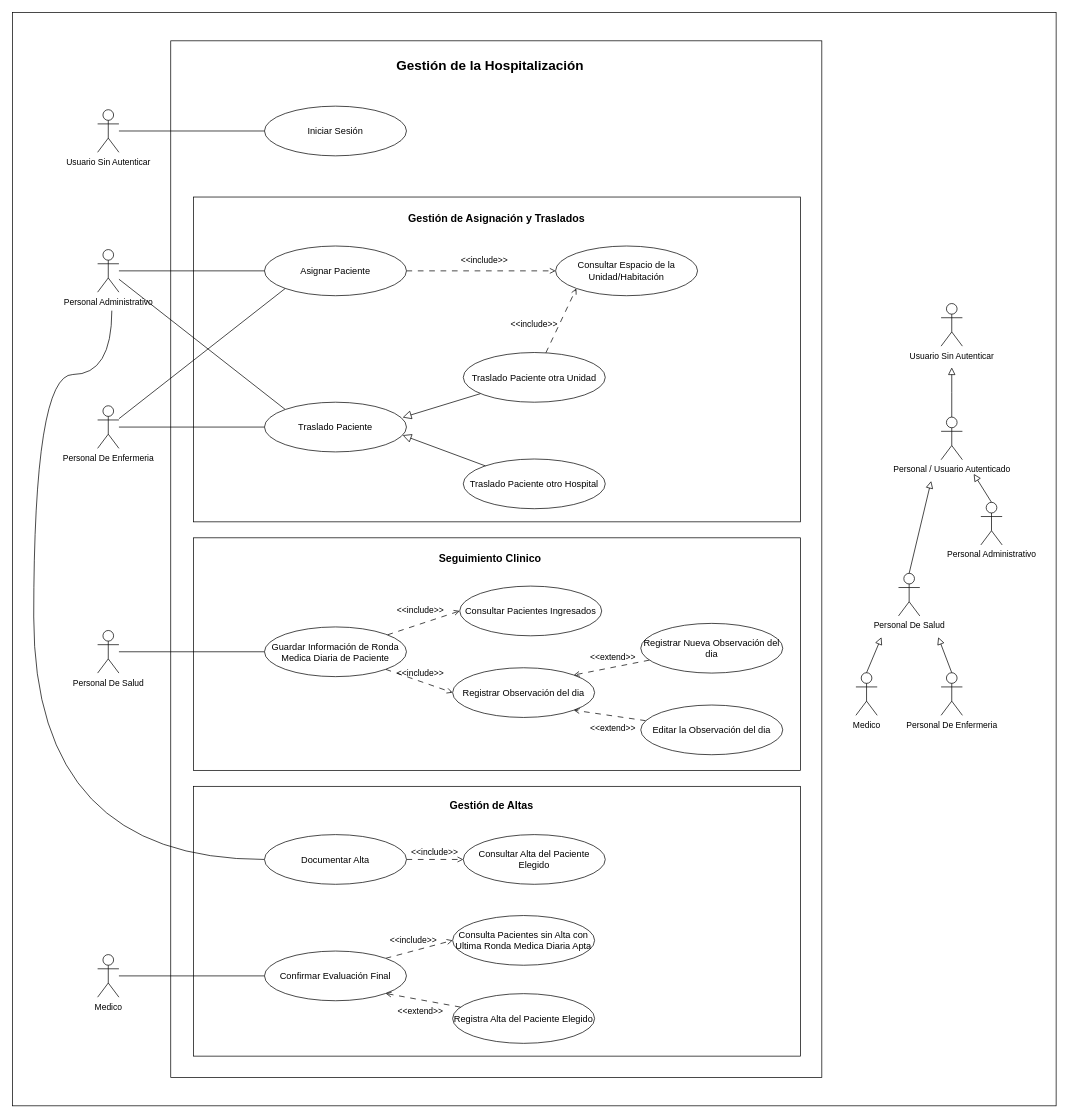
Before: uml/Diagrama de Casos de Usos/Diagrama de Casos de Uso.drawio in stoica25-byte/Reto-2-Entornos-Programacion, a draw.io diagram. Source tidied: cells renumbered, new cells numbered last; positions are measured from the earlier drawing's top-left corner, leaving out a move shared by most shapes. Both pictures are drawn from the tidied source at 71%, with x=0, y=0 at pixel (12, 12).
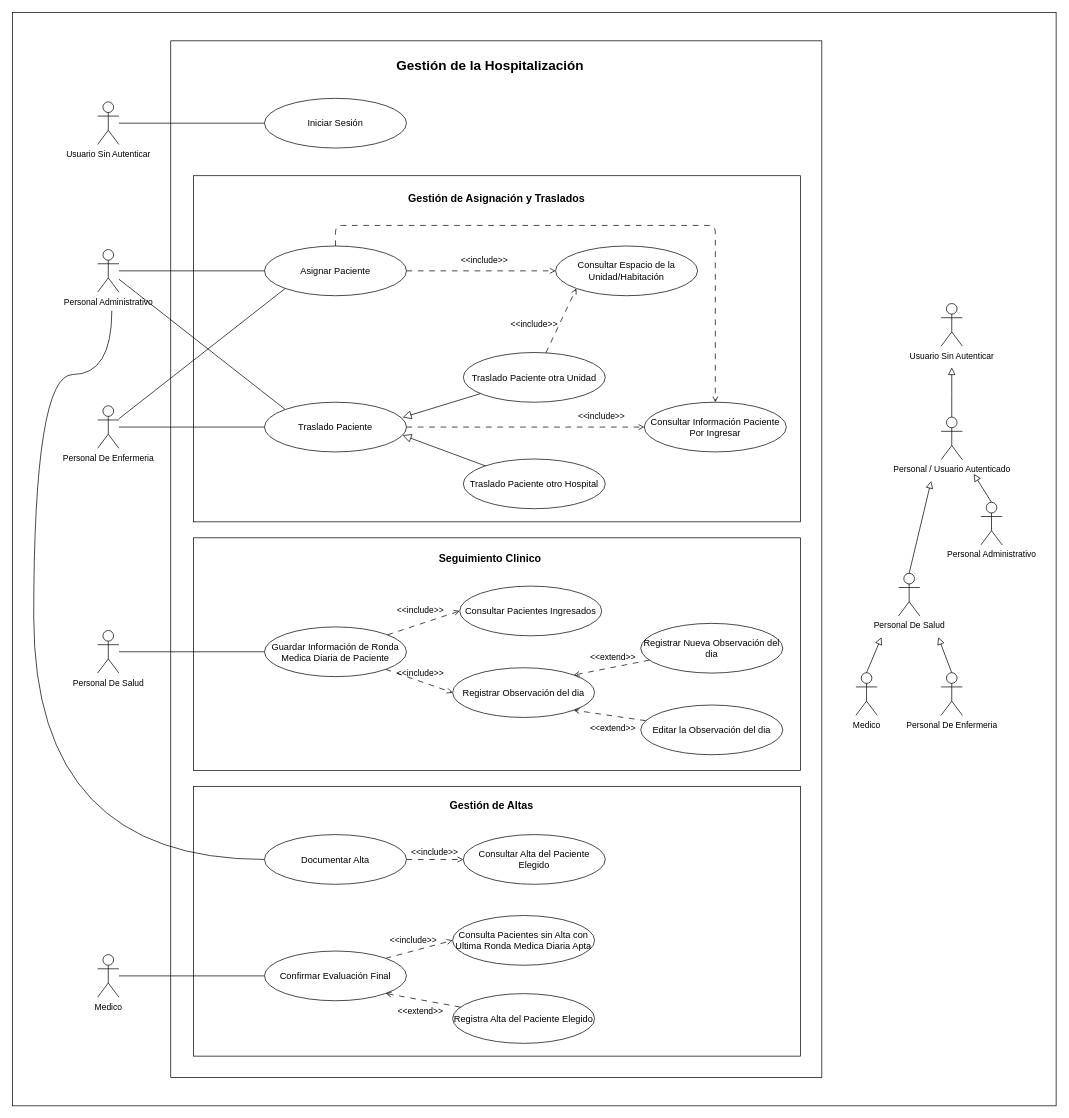
The same page after the edit.

Commit message (it also covers changes not shown here):
Modifica diagrama de casos de uso

The change refers to these unchanged cells:
```xml
<mxCell id="17" value="Asignar Paciente" style="ellipse;whiteSpace=wrap;html=1;fontSize=13;" parent="1" vertex="1">
  <mxGeometry x="355" y="329" width="200" height="70" as="geometry" />
</mxCell>
<mxCell id="26" value="Traslado Paciente" style="ellipse;whiteSpace=wrap;html=1;fontSize=13;" parent="1" vertex="1">
  <mxGeometry x="355" y="549" width="200" height="70" as="geometry" />
</mxCell>
```

The edit, as a diff of the source:
```diff
@@
     <mxCell id="4" style="rounded=0;whiteSpace=wrap;html=1;fillColor=none;" parent="1" vertex="1">
-      <mxGeometry x="255" y="260" width="855" height="457.5" as="geometry" />
+      <mxGeometry x="255" y="230" width="855" height="487.5" as="geometry" />
     </mxCell>
@@
+    <mxCell id="71" style="edgeStyle=orthogonalEdgeStyle;rounded=0;jettySize=auto;html=1;entryX=0;entryY=0.5;entryDx=0;entryDy=0;dashed=1;dashPattern=8 8;endArrow=open;endFill=0;" parent="1" edge="1" source="26" target="73">
+      <mxGeometry relative="1" as="geometry" />
+    </mxCell>
@@
     <mxCell id="64" value="Usuario Sin Autenticar" style="shape=umlActor;verticalLabelPosition=bottom;verticalAlign=top;html=1;outlineConnect=0;" parent="1" vertex="1">
-      <mxGeometry x="120" y="137" width="30" height="60" as="geometry" />
+      <mxGeometry x="120" y="126" width="30" height="60" as="geometry" />
     </mxCell>
     <mxCell id="65" value="Iniciar Sesión" style="ellipse;whiteSpace=wrap;html=1;fontSize=13;" parent="1" vertex="1">
-      <mxGeometry x="355" y="132" width="200" height="70" as="geometry" />
+      <mxGeometry x="355" y="121" width="200" height="70" as="geometry" />
     </mxCell>
@@
     <mxCell id="70" value="&lt;b&gt;&lt;font style=&quot;font-size: 15px;&quot;&gt;Gestión de Asignación y Traslados&lt;/font&gt;&lt;/b&gt;" style="text;html=1;align=center;verticalAlign=middle;whiteSpace=wrap;rounded=0;" parent="1" vertex="1">
-      <mxGeometry x="544.5" y="275" width="274" height="30" as="geometry" />
+      <mxGeometry x="544.5" y="246" width="274" height="30" as="geometry" />
     </mxCell>
+    <mxCell id="72" style="edgeStyle=orthogonalEdgeStyle;rounded=1;jettySize=auto;html=1;entryX=0.5;entryY=0;entryDx=0;entryDy=0;exitX=0.5;exitY=0;exitDx=0;exitDy=0;jumpStyle=none;curved=0;strokeWidth=1;dashed=1;dashPattern=8 8;endArrow=open;endFill=0;" parent="1" edge="1" source="17" target="73">
+      <mxGeometry relative="1" as="geometry">
+        <Array as="points">
+          <mxPoint x="455" y="300" />
+          <mxPoint x="990" y="300" />
+        </Array>
+      </mxGeometry>
+    </mxCell>
+    <mxCell id="73" value="Consultar Información Paciente Por Ingresar" style="ellipse;whiteSpace=wrap;html=1;fontSize=13;" parent="1" vertex="1">
+      <mxGeometry x="890" y="549" width="200" height="70" as="geometry" />
+    </mxCell>
+    <mxCell id="74" value="&amp;lt;&amp;lt;include&amp;gt;&amp;gt;" style="text;html=1;align=center;verticalAlign=middle;whiteSpace=wrap;rounded=0;" parent="1" vertex="1">
+      <mxGeometry x="800" y="554" width="60" height="30" as="geometry" />
+    </mxCell>
```
